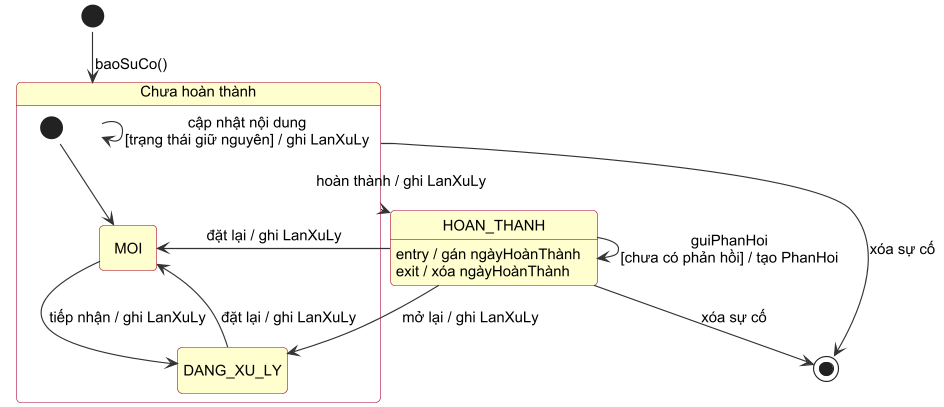
greyd254/IMS_TEST keeps this PlantUML diagram as docs/uml/h3_4a_trangthai_suco.png. Above is the earlier version. The source it was exported from:
```plantuml
@startuml h3_4a_trangthai_suco
!include _style.iuml
!pragma layout smetana
hide empty description

[*] --> ChuaHoanThanh : baoSuCo()

state "Chưa hoàn thành" as ChuaHoanThanh {
  [*] --> MOI
  MOI --> DANG_XU_LY : tiếp nhận / ghi LanXuLy
  DANG_XU_LY --> MOI : đặt lại / ghi LanXuLy
}

state HOAN_THANH : entry / gán ngàyHoànThành
state HOAN_THANH : exit / xóa ngàyHoànThành

ChuaHoanThanh --> HOAN_THANH : hoàn thành / ghi LanXuLy
HOAN_THANH --> DANG_XU_LY : mở lại / ghi LanXuLy
HOAN_THANH --> MOI : đặt lại / ghi LanXuLy

ChuaHoanThanh --> ChuaHoanThanh : cập nhật nội dung\n[trạng thái giữ nguyên] / ghi LanXuLy
HOAN_THANH --> HOAN_THANH : guiPhanHoi\n[chưa có phản hồi] / tạo PhanHoi

ChuaHoanThanh --> [*] : xóa sự cố
HOAN_THANH --> [*] : xóa sự cố
@enduml
```
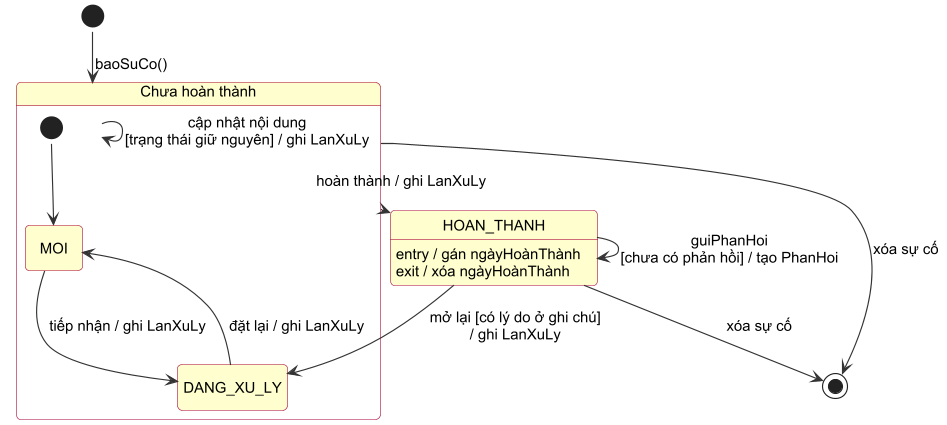
After the change.

What changed in the source:
```diff
@@ -15,8 +15,7 @@
 state HOAN_THANH : exit / xóa ngàyHoànThành
 
 ChuaHoanThanh --> HOAN_THANH : hoàn thành / ghi LanXuLy
-HOAN_THANH --> DANG_XU_LY : mở lại / ghi LanXuLy
-HOAN_THANH --> MOI : đặt lại / ghi LanXuLy
+HOAN_THANH --> DANG_XU_LY : mở lại [có lý do ở ghi chú]\n/ ghi LanXuLy
 
 ChuaHoanThanh --> ChuaHoanThanh : cập nhật nội dung\n[trạng thái giữ nguyên] / ghi LanXuLy
 HOAN_THANH --> HOAN_THANH : guiPhanHoi\n[chưa có phản hồi] / tạo PhanHoi
```
